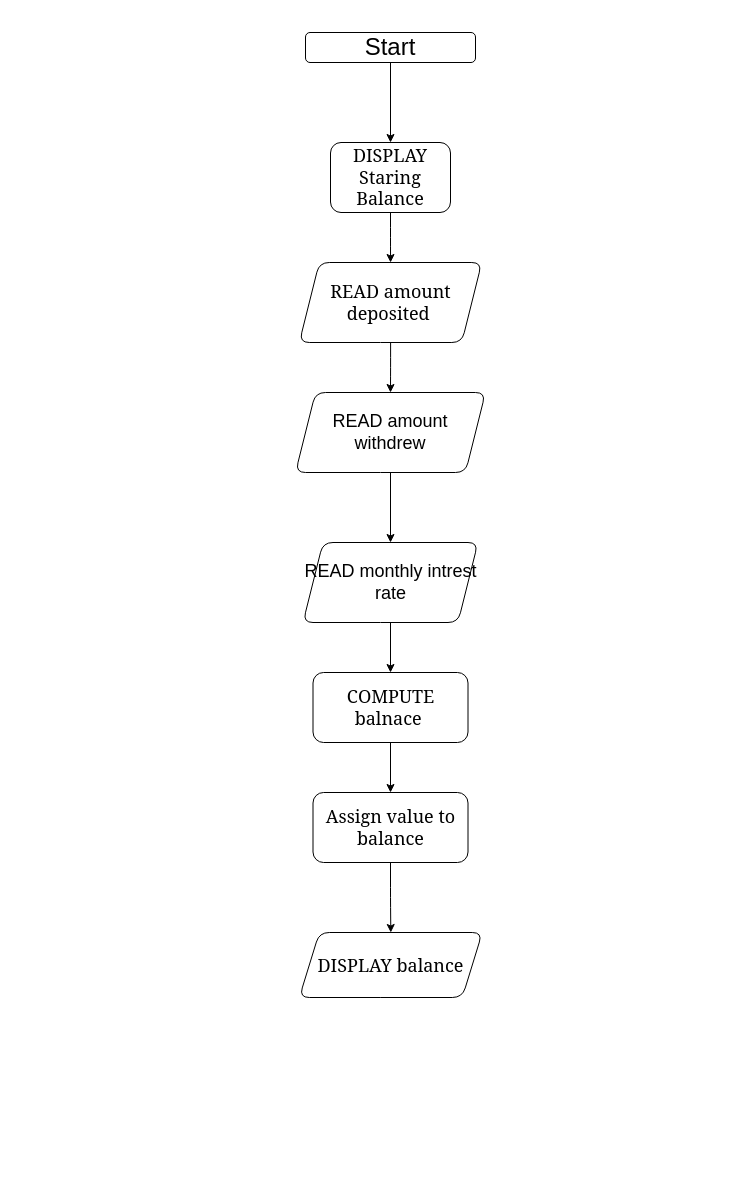
Above: Untitled Diagram.drawio in MarvellousO/CMSC-203 (draw.io), before the change. Source tidied: cells renumbered, new cells numbered last; positions are measured from the earlier drawing's top-left corner, leaving out a move shared by most shapes. Both pictures are drawn from the tidied source at 100%, with x=0, y=0 at pixel (295, 32).
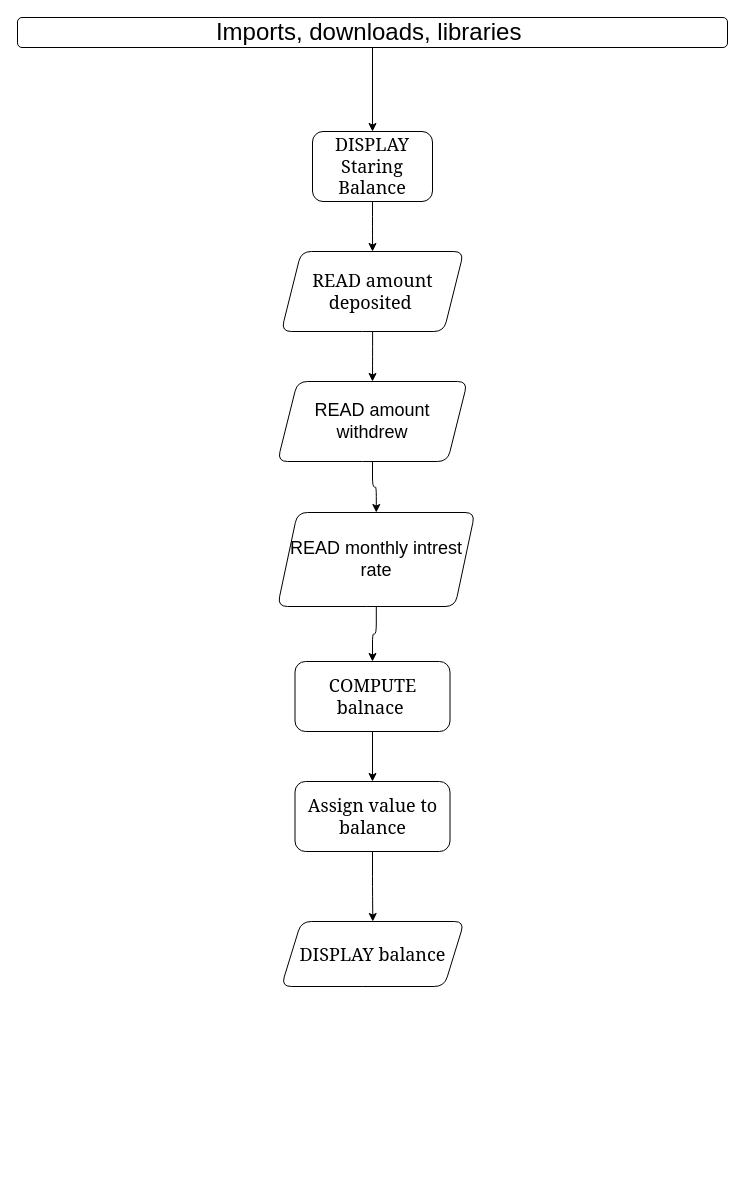
After the change.

Commit message:
Finish later

Change to the diagram source:
```diff
@@
 <mxGraphModel>
   <root>
     <mxCell id="0" />
     <mxCell id="1" parent="0" />
-    <mxCell id="2" style="group;" parent="1" vertex="1">
-      <mxGeometry width="193" height="1150" as="geometry" />
-    </mxCell>
-    <mxCell id="3" style="edgeStyle=orthogonalEdgeStyle;rounded=1;jettySize=auto;html=1;exitX=0.5;exitY=1;exitDx=0;exitDy=0;entryX=0.5;entryY=0;entryDx=0;entryDy=0;" parent="2" edge="1" source="4" target="6">
+    <mxCell id="3" style="edgeStyle=orthogonalEdgeStyle;rounded=1;jettySize=auto;html=1;exitX=0.5;exitY=1;exitDx=0;exitDy=0;entryX=0.5;entryY=0;entryDx=0;entryDy=0;" parent="1" edge="1" source="4" target="6">
       <mxGeometry relative="1" as="geometry" />
     </mxCell>
-    <mxCell id="4" value="&lt;font style=&quot;font-size: 24px;&quot;&gt;Start&lt;/font&gt;" style="rounded=1;whiteSpace=wrap;html=1;" parent="2" vertex="1">
-      <mxGeometry x="10" width="170" height="30" as="geometry" />
+    <mxCell id="4" value="&lt;font style=&quot;font-size: 24px;&quot;&gt;Imports, downloads, libraries&amp;nbsp;&lt;/font&gt;" style="rounded=1;whiteSpace=wrap;html=1;" parent="1" vertex="1">
+      <mxGeometry x="-278" y="-15" width="710" height="30" as="geometry" />
     </mxCell>
-    <mxCell id="5" style="edgeStyle=orthogonalEdgeStyle;rounded=1;jettySize=auto;html=1;exitX=0.5;exitY=1;exitDx=0;exitDy=0;entryX=0.5;entryY=0;entryDx=0;entryDy=0;" parent="2" edge="1" source="6" target="8">
+    <mxCell id="5" style="edgeStyle=orthogonalEdgeStyle;rounded=1;jettySize=auto;html=1;exitX=0.5;exitY=1;exitDx=0;exitDy=0;entryX=0.5;entryY=0;entryDx=0;entryDy=0;" parent="1" edge="1" source="6" target="8">
       <mxGeometry relative="1" as="geometry" />
     </mxCell>
-    <mxCell id="6" value="&lt;font face=&quot;Georgia&quot; style=&quot;font-size: 18px;&quot;&gt;DISPLAY Staring Balance&lt;/font&gt;" style="rounded=1;whiteSpace=wrap;html=1;" parent="2" vertex="1">
-      <mxGeometry x="35" y="110" width="120" height="70" as="geometry" />
+    <mxCell id="6" value="&lt;font face=&quot;Georgia&quot; style=&quot;font-size: 18px;&quot;&gt;DISPLAY Staring Balance&lt;/font&gt;" style="rounded=1;whiteSpace=wrap;html=1;" parent="1" vertex="1">
+      <mxGeometry x="17" y="99" width="120" height="70" as="geometry" />
     </mxCell>
-    <mxCell id="7" style="edgeStyle=orthogonalEdgeStyle;rounded=1;jettySize=auto;html=1;" parent="2" edge="1" source="8" target="12">
+    <mxCell id="7" style="edgeStyle=orthogonalEdgeStyle;rounded=1;jettySize=auto;html=1;" parent="1" edge="1" source="8" target="12">
       <mxGeometry relative="1" as="geometry" />
     </mxCell>
-    <mxCell id="8" value="&lt;font style=&quot;font-size: 18px;&quot; face=&quot;Georgia&quot;&gt;READ amount deposited&amp;nbsp;&lt;/font&gt;" style="shape=parallelogram;perimeter=parallelogramPerimeter;whiteSpace=wrap;html=1;fixedSize=1;rounded=1;" parent="2" vertex="1">
-      <mxGeometry x="3.8" y="230" width="182.5" height="80" as="geometry" />
+    <mxCell id="8" value="&lt;font style=&quot;font-size: 18px;&quot; face=&quot;Georgia&quot;&gt;READ amount deposited&amp;nbsp;&lt;/font&gt;" style="shape=parallelogram;perimeter=parallelogramPerimeter;whiteSpace=wrap;html=1;fixedSize=1;rounded=1;" parent="1" vertex="1">
+      <mxGeometry x="-14.2" y="219" width="182.5" height="80" as="geometry" />
     </mxCell>
-    <mxCell id="9" style="edgeStyle=orthogonalEdgeStyle;rounded=1;jettySize=auto;html=1;" parent="2" edge="1" source="10" target="15">
+    <mxCell id="9" style="edgeStyle=orthogonalEdgeStyle;rounded=1;jettySize=auto;html=1;" parent="1" edge="1" source="10" target="15">
       <mxGeometry relative="1" as="geometry" />
     </mxCell>
-    <mxCell id="10" value="&lt;font style=&quot;font-size: 18px;&quot; face=&quot;Georgia&quot;&gt;COMPUTE balnace&amp;nbsp;&lt;/font&gt;" style="whiteSpace=wrap;html=1;rounded=1;" parent="2" vertex="1">
-      <mxGeometry x="17.5" y="640" width="155" height="70" as="geometry" />
+    <mxCell id="10" value="&lt;font style=&quot;font-size: 18px;&quot; face=&quot;Georgia&quot;&gt;COMPUTE balnace&amp;nbsp;&lt;/font&gt;" style="whiteSpace=wrap;html=1;rounded=1;" parent="1" vertex="1">
+      <mxGeometry x="-0.5" y="629" width="155" height="70" as="geometry" />
     </mxCell>
-    <mxCell id="11" style="edgeStyle=orthogonalEdgeStyle;rounded=1;jettySize=auto;html=1;" parent="2" edge="1" source="12" target="14">
+    <mxCell id="11" style="edgeStyle=orthogonalEdgeStyle;rounded=1;jettySize=auto;html=1;" parent="1" edge="1" source="12" target="14">
       <mxGeometry relative="1" as="geometry" />
     </mxCell>
-    <mxCell id="12" value="&lt;font style=&quot;font-size: 18px;&quot;&gt;READ amount withdrew&lt;/font&gt;" style="shape=parallelogram;perimeter=parallelogramPerimeter;whiteSpace=wrap;html=1;fixedSize=1;rounded=1;" parent="2" vertex="1">
-      <mxGeometry y="360" width="190" height="80" as="geometry" />
+    <mxCell id="12" value="&lt;font style=&quot;font-size: 18px;&quot;&gt;READ amount withdrew&lt;/font&gt;" style="shape=parallelogram;perimeter=parallelogramPerimeter;whiteSpace=wrap;html=1;fixedSize=1;rounded=1;" parent="1" vertex="1">
+      <mxGeometry x="-18" y="349" width="190" height="80" as="geometry" />
     </mxCell>
-    <mxCell id="13" style="edgeStyle=orthogonalEdgeStyle;rounded=1;jettySize=auto;html=1;" parent="2" edge="1" source="14" target="10">
+    <mxCell id="13" style="edgeStyle=orthogonalEdgeStyle;rounded=1;jettySize=auto;html=1;" parent="1" edge="1" source="14" target="10">
       <mxGeometry relative="1" as="geometry" />
     </mxCell>
-    <mxCell id="14" value="&lt;font style=&quot;font-size: 18px;&quot;&gt;READ monthly intrest rate&lt;/font&gt;" style="shape=parallelogram;perimeter=parallelogramPerimeter;whiteSpace=wrap;html=1;fixedSize=1;rounded=1;" parent="2" vertex="1">
-      <mxGeometry x="7.5" y="510" width="175" height="80" as="geometry" />
+    <mxCell id="14" value="&lt;font style=&quot;font-size: 18px;&quot;&gt;READ monthly intrest rate&lt;/font&gt;" style="shape=parallelogram;perimeter=parallelogramPerimeter;whiteSpace=wrap;html=1;fixedSize=1;rounded=1;" parent="1" vertex="1">
+      <mxGeometry x="-18" y="480" width="197.5" height="94" as="geometry" />
     </mxCell>
-    <mxCell id="15" value="&lt;font face=&quot;Georgia&quot; style=&quot;font-size: 18px;&quot;&gt;Assign value to balance&lt;/font&gt;" style="whiteSpace=wrap;html=1;rounded=1;" parent="2" vertex="1">
-      <mxGeometry x="17.5" y="760" width="155" height="70" as="geometry" />
+    <mxCell id="15" value="&lt;font face=&quot;Georgia&quot; style=&quot;font-size: 18px;&quot;&gt;Assign value to balance&lt;/font&gt;" style="whiteSpace=wrap;html=1;rounded=1;" parent="1" vertex="1">
+      <mxGeometry x="-0.5" y="749" width="155" height="70" as="geometry" />
     </mxCell>
-    <mxCell id="16" value="&lt;font style=&quot;font-size: 18px;&quot; face=&quot;Georgia&quot;&gt;DISPLAY balance&lt;/font&gt;" style="shape=parallelogram;perimeter=parallelogramPerimeter;whiteSpace=wrap;html=1;fixedSize=1;rounded=1;" parent="2" vertex="1">
-      <mxGeometry x="3.8" y="900" width="183" height="65" as="geometry" />
+    <mxCell id="16" value="&lt;font style=&quot;font-size: 18px;&quot; face=&quot;Georgia&quot;&gt;DISPLAY balance&lt;/font&gt;" style="shape=parallelogram;perimeter=parallelogramPerimeter;whiteSpace=wrap;html=1;fixedSize=1;rounded=1;" parent="1" vertex="1">
+      <mxGeometry x="-14.2" y="889" width="183" height="65" as="geometry" />
     </mxCell>
-    <mxCell id="17" style="edgeStyle=orthogonalEdgeStyle;rounded=1;jettySize=auto;html=1;" parent="2" edge="1" source="15" target="16">
+    <mxCell id="17" style="edgeStyle=orthogonalEdgeStyle;rounded=1;jettySize=auto;html=1;" parent="1" edge="1" source="15" target="16">
       <mxGeometry relative="1" as="geometry" />
     </mxCell>
   </root>
 </mxGraphModel>
```
